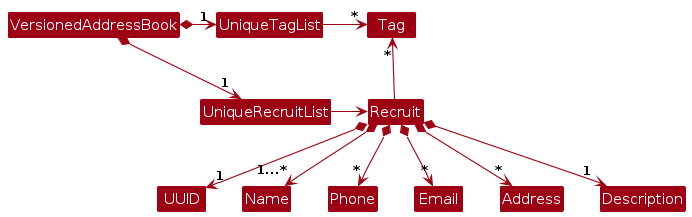
Earlier version of the PlantUML export diagrams/BetterModelClassDiagram.png (AY2526S1-CS2103T-F09-3/tp). Its source is kept beside it as diagrams/BetterModelClassDiagram.puml.
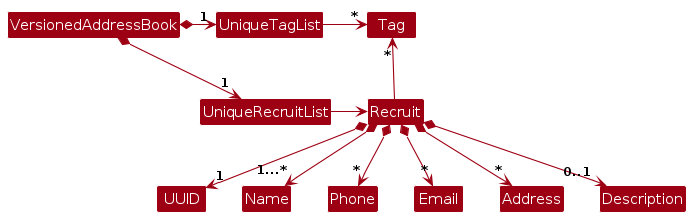
Later version of the same file.

What changed in the source:
```diff
@@ -19,5 +19,5 @@
 Recruit *--> "*" Phone
 Recruit *--> "*" Email
 Recruit *--> "*" Address
-Recruit *--> "1" Description
+Recruit *--> "0..1" Description
 @enduml
```
